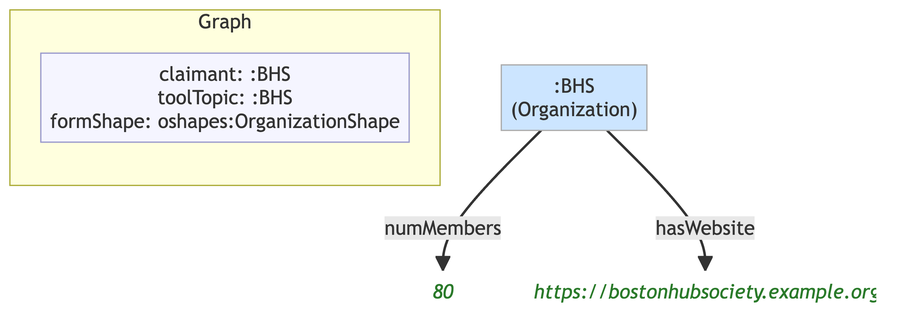
The Mermaid diagram example/graphs/images/graph-92.png in MeeFoundation/mia-ontologies, before a commit. Its source is kept beside it as example/graphs/images/graph-92.mmd.
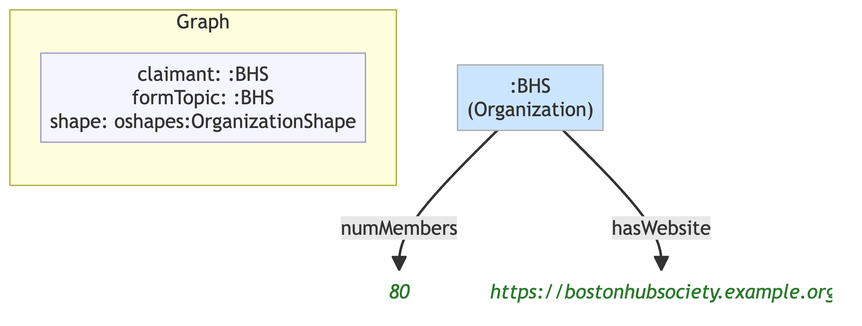
After the change.

The edit, as a diff of the source:
```diff
@@ -7,7 +7,7 @@
 
     subgraph ctx["Graph"]
         direction LR
-        ctx_meta["claimant: :BHS\ntoolTopic: :BHS\nformShape: oshapes:OrganizationShape"]:::meta
+        ctx_meta["claimant: :BHS\nformTopic: :BHS\nshape: oshapes:OrganizationShape"]:::meta
     end
 
     n8eb8cf796f42[":BHS\n(Organization)"]:::org
```
